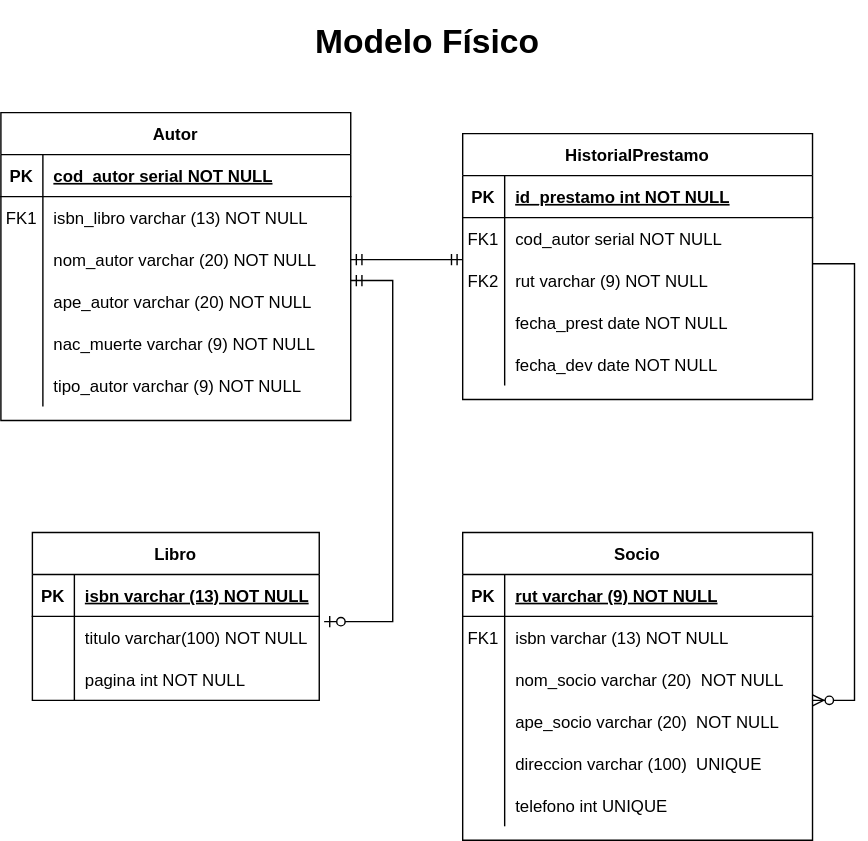
FranSantander/-Biblioteca keeps this draw.io diagram as Modelo fisico.drawio.svg. Above is the earlier version. Source tidied: cells renumbered, new cells last; positions are measured from the earlier drawing's top-left corner, leaving out a move shared by most shapes.
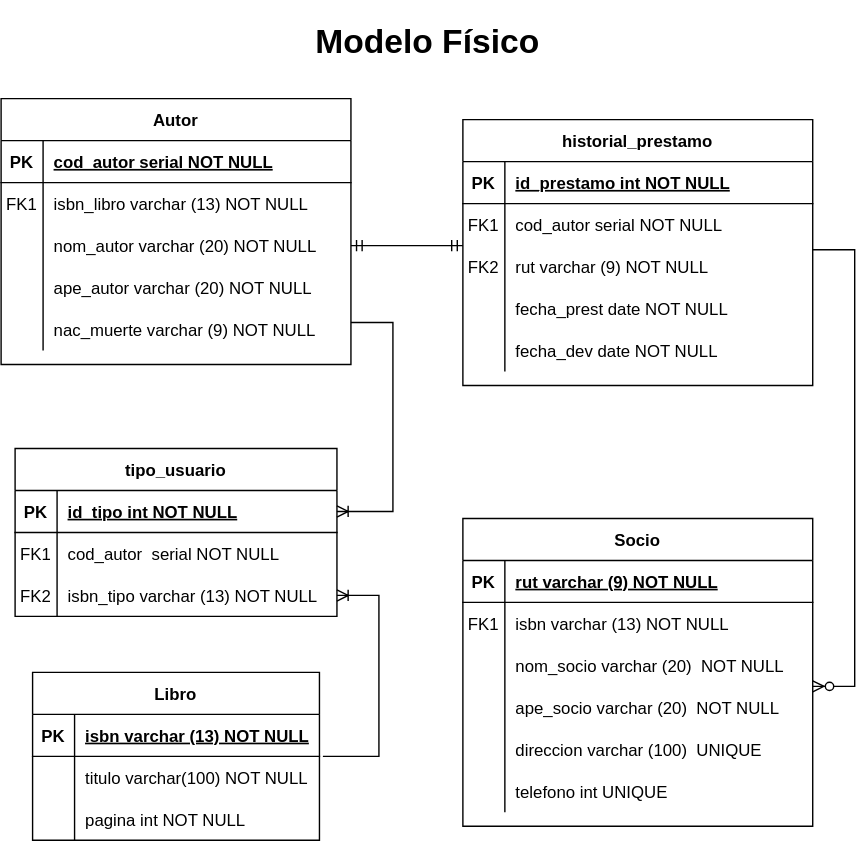
Later version of the same file.

Diff of the diagram source:
```diff
@@ -8,7 +8,7 @@
         <mxPoint x="330" y="175" as="targetPoint" />
       </mxGeometry>
     </mxCell>
-    <mxCell id="3" value="HistorialPrestamo" style="shape=table;startSize=30;rowLines=0;fontStyle=1;align=center;" parent="1" vertex="1">
+    <mxCell id="3" value="historial_prestamo" style="shape=table;startSize=30;rowLines=0;fontStyle=1;align=center;" parent="1" vertex="1">
       <mxGeometry x="330" y="85" width="250" height="190" as="geometry" />
     </mxCell>
     <mxCell id="4" style="shape=partialRectangle;fillColor=none;top=0;left=0;right=0;bottom=1;" parent="3" vertex="1">
@@ -117,15 +117,10 @@
       <mxGeometry relative="1" as="geometry" />
     </mxCell>
     <mxCell id="39" value="&lt;h1&gt;Modelo Físico&lt;/h1&gt;" style="text;html=1;strokeColor=none;fillColor=none;spacing=5;spacingTop=-20;whiteSpace=wrap;overflow=hidden;rounded=0;" parent="1" vertex="1">
-      <mxGeometry x="220" width="170" height="40" as="geometry" />
+      <mxGeometry x="220" y="10" width="170" height="40" as="geometry" />
     </mxCell>
-    <mxCell id="40" style="edgeStyle=entityRelationEdgeStyle;fontSize=12;html=1;endArrow=ERzeroToOne;startArrow=ERmandOne;rounded=0;entryX=1.017;entryY=0.125;entryDx=0;entryDy=0;exitX=1;exitY=0.5;exitDx=0;exitDy=0;jumpStyle=none;entryPerimeter=0;" parent="1" edge="1" target="64">
-      <mxGeometry relative="1" as="geometry">
-        <mxPoint x="250" y="190" as="sourcePoint" />
-      </mxGeometry>
-    </mxCell>
     <mxCell id="41" value="Autor" style="shape=table;startSize=30;rowLines=0;fontStyle=1;align=center;" parent="1" vertex="1">
-      <mxGeometry y="70" width="250" height="220" as="geometry" />
+      <mxGeometry y="70" width="250" height="190" as="geometry" />
     </mxCell>
     <mxCell id="42" style="shape=tableRow;horizontal=0;startSize=0;swimlaneHead=0;swimlaneBody=0;fillColor=none;top=0;left=0;right=0;bottom=1;" parent="41" vertex="1">
       <mxGeometry y="30" width="250" height="30" as="geometry" />
@@ -172,17 +167,8 @@
     <mxCell id="56" value="nac_muerte varchar (9) NOT NULL" style="shape=partialRectangle;fillColor=none;top=0;left=0;bottom=0;right=0;align=left;spacingLeft=6;overflow=hidden;" parent="54" vertex="1">
       <mxGeometry x="30" width="220" height="30" as="geometry" />
     </mxCell>
-    <mxCell id="57" style="shape=tableRow;horizontal=0;startSize=0;swimlaneHead=0;swimlaneBody=0;fillColor=none;top=0;left=0;right=0;bottom=0;" parent="41" vertex="1">
-      <mxGeometry y="180" width="250" height="30" as="geometry" />
-    </mxCell>
-    <mxCell id="58" style="shape=partialRectangle;fillColor=none;top=0;left=0;bottom=0;right=0;overflow=hidden;" parent="57" vertex="1">
-      <mxGeometry width="30" height="30" as="geometry" />
-    </mxCell>
-    <mxCell id="59" value="tipo_autor varchar (9) NOT NULL" style="shape=partialRectangle;fillColor=none;top=0;left=0;bottom=0;right=0;align=left;spacingLeft=6;overflow=hidden;" parent="57" vertex="1">
-      <mxGeometry x="30" width="220" height="30" as="geometry" />
-    </mxCell>
     <mxCell id="60" value="Libro" style="shape=table;startSize=30;rowLines=0;fontStyle=1;align=center;" parent="1" vertex="1">
-      <mxGeometry x="22.5" y="370" width="205" height="120" as="geometry" />
+      <mxGeometry x="22.5" y="480" width="205" height="120" as="geometry" />
     </mxCell>
     <mxCell id="61" style="shape=partialRectangle;fillColor=none;points=[[0,0.5],[1,0.5]];portConstraint=eastwest;top=0;left=0;right=0;bottom=1;" parent="60" vertex="1">
       <mxGeometry y="30" width="205" height="30" as="geometry" />
@@ -211,5 +197,43 @@
     <mxCell id="69" value="pagina int NOT NULL" style="shape=partialRectangle;overflow=hidden;fillColor=none;top=0;left=0;bottom=0;right=0;align=left;spacingLeft=6;" parent="67" vertex="1">
       <mxGeometry x="30" width="175" height="30" as="geometry" />
     </mxCell>
+    <mxCell id="70" value="tipo_usuario" style="shape=table;startSize=30;rowLines=0;fontStyle=1;align=center;" parent="1" vertex="1">
+      <mxGeometry x="10" y="320" width="230" height="120" as="geometry" />
+    </mxCell>
+    <mxCell id="71" style="shape=tableRow;horizontal=0;startSize=0;swimlaneHead=0;swimlaneBody=0;fillColor=none;points=[[0,0.5],[1,0.5]];portConstraint=eastwest;top=0;left=0;right=0;bottom=1;" parent="70" vertex="1">
+      <mxGeometry y="30" width="230" height="30" as="geometry" />
+    </mxCell>
+    <mxCell id="72" value="PK" style="shape=partialRectangle;fillColor=none;top=0;left=0;bottom=0;right=0;fontStyle=1;overflow=hidden;" parent="71" vertex="1">
+      <mxGeometry width="30" height="30" as="geometry" />
+    </mxCell>
+    <mxCell id="73" value="id_tipo int NOT NULL" style="shape=partialRectangle;fillColor=none;top=0;left=0;bottom=0;right=0;align=left;spacingLeft=6;fontStyle=5;overflow=hidden;" parent="71" vertex="1">
+      <mxGeometry x="30" width="200" height="30" as="geometry" />
+    </mxCell>
+    <mxCell id="74" style="shape=tableRow;horizontal=0;startSize=0;swimlaneHead=0;swimlaneBody=0;fillColor=none;top=0;left=0;right=0;bottom=0;" parent="70" vertex="1">
+      <mxGeometry y="60" width="230" height="30" as="geometry" />
+    </mxCell>
+    <mxCell id="75" value="FK1" style="shape=partialRectangle;fillColor=none;top=0;left=0;bottom=0;right=0;overflow=hidden;" parent="74" vertex="1">
+      <mxGeometry width="30" height="30" as="geometry" />
+    </mxCell>
+    <mxCell id="76" value="cod_autor  serial NOT NULL" style="shape=partialRectangle;fillColor=none;top=0;left=0;bottom=0;right=0;align=left;spacingLeft=6;overflow=hidden;" parent="74" vertex="1">
+      <mxGeometry x="30" width="200" height="30" as="geometry" />
+    </mxCell>
+    <mxCell id="77" style="shape=tableRow;horizontal=0;startSize=0;swimlaneHead=0;swimlaneBody=0;fillColor=none;points=[[0,0.5],[1,0.5]];portConstraint=eastwest;top=0;left=0;right=0;bottom=0;" parent="70" vertex="1">
+      <mxGeometry y="90" width="230" height="30" as="geometry" />
+    </mxCell>
+    <mxCell id="78" value="FK2" style="shape=partialRectangle;fillColor=none;top=0;left=0;bottom=0;right=0;overflow=hidden;" parent="77" vertex="1">
+      <mxGeometry width="30" height="30" as="geometry" />
+    </mxCell>
+    <mxCell id="79" value="isbn_tipo varchar (13) NOT NULL" style="shape=partialRectangle;fillColor=none;top=0;left=0;bottom=0;right=0;align=left;spacingLeft=6;overflow=hidden;" parent="77" vertex="1">
+      <mxGeometry x="30" width="200" height="30" as="geometry" />
+    </mxCell>
+    <mxCell id="80" style="edgeStyle=entityRelationEdgeStyle;fontSize=12;html=1;endArrow=ERoneToMany;rounded=0;jumpStyle=none;exitX=1.012;exitY=1;exitDx=0;exitDy=0;exitPerimeter=0;" parent="1" edge="1" source="61" target="77">
+      <mxGeometry relative="1" as="geometry" />
+    </mxCell>
+    <mxCell id="81" style="edgeStyle=entityRelationEdgeStyle;fontSize=12;html=1;endArrow=ERoneToMany;rounded=0;jumpStyle=none;entryX=1;entryY=0.5;entryDx=0;entryDy=0;" parent="1" edge="1" target="71">
+      <mxGeometry relative="1" as="geometry">
+        <mxPoint x="250" y="230" as="sourcePoint" />
+      </mxGeometry>
+    </mxCell>
   </root>
 </mxGraphModel>
```
